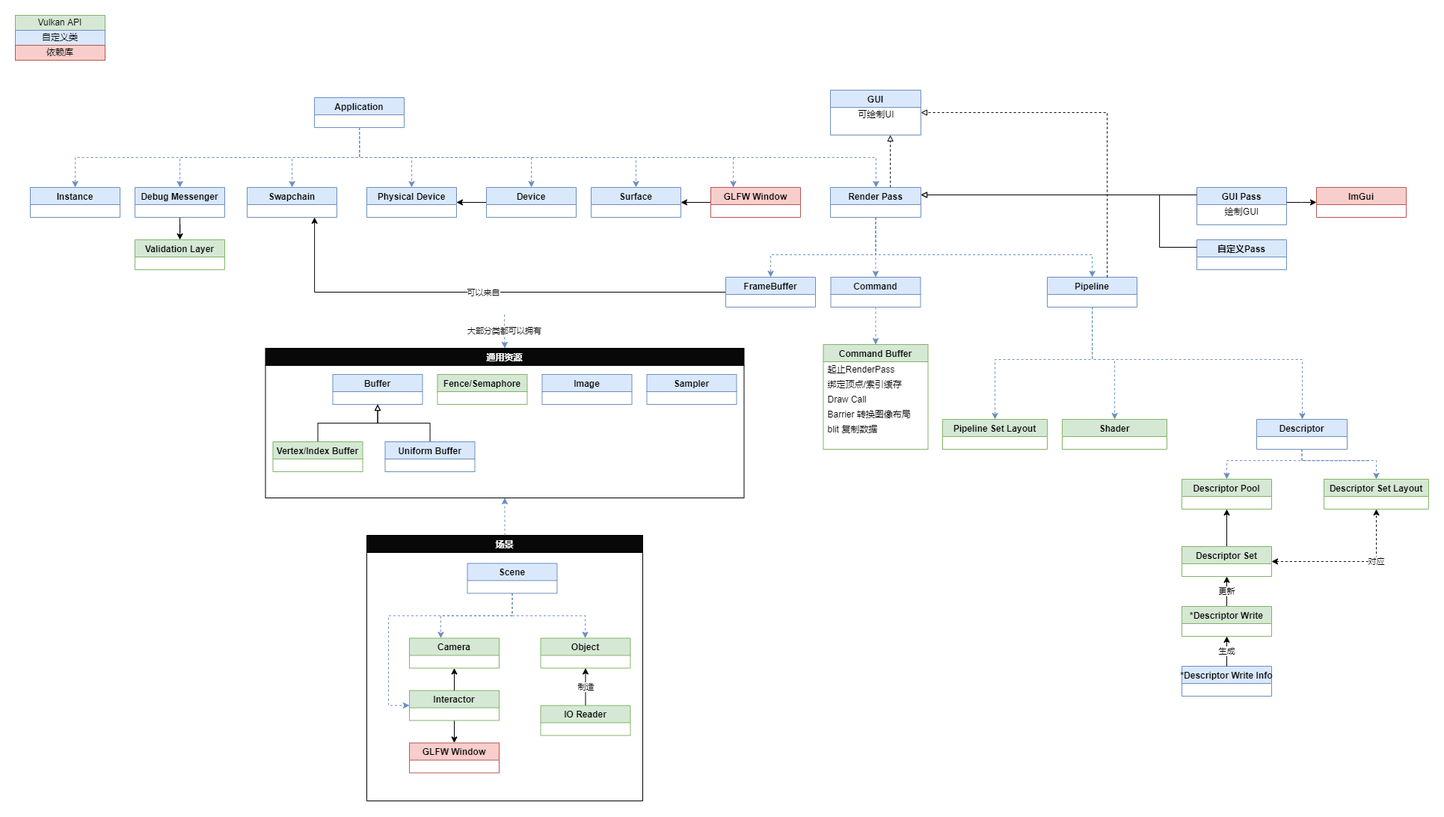
Earlier version of the draw.io export Doc/ClassIncludeGraph.png (AllocBlock/goldsrc-renderer). Source tidied: cells renumbered, new cells last; positions are measured from the earlier drawing's top-left corner, leaving out a move shared by most shapes.
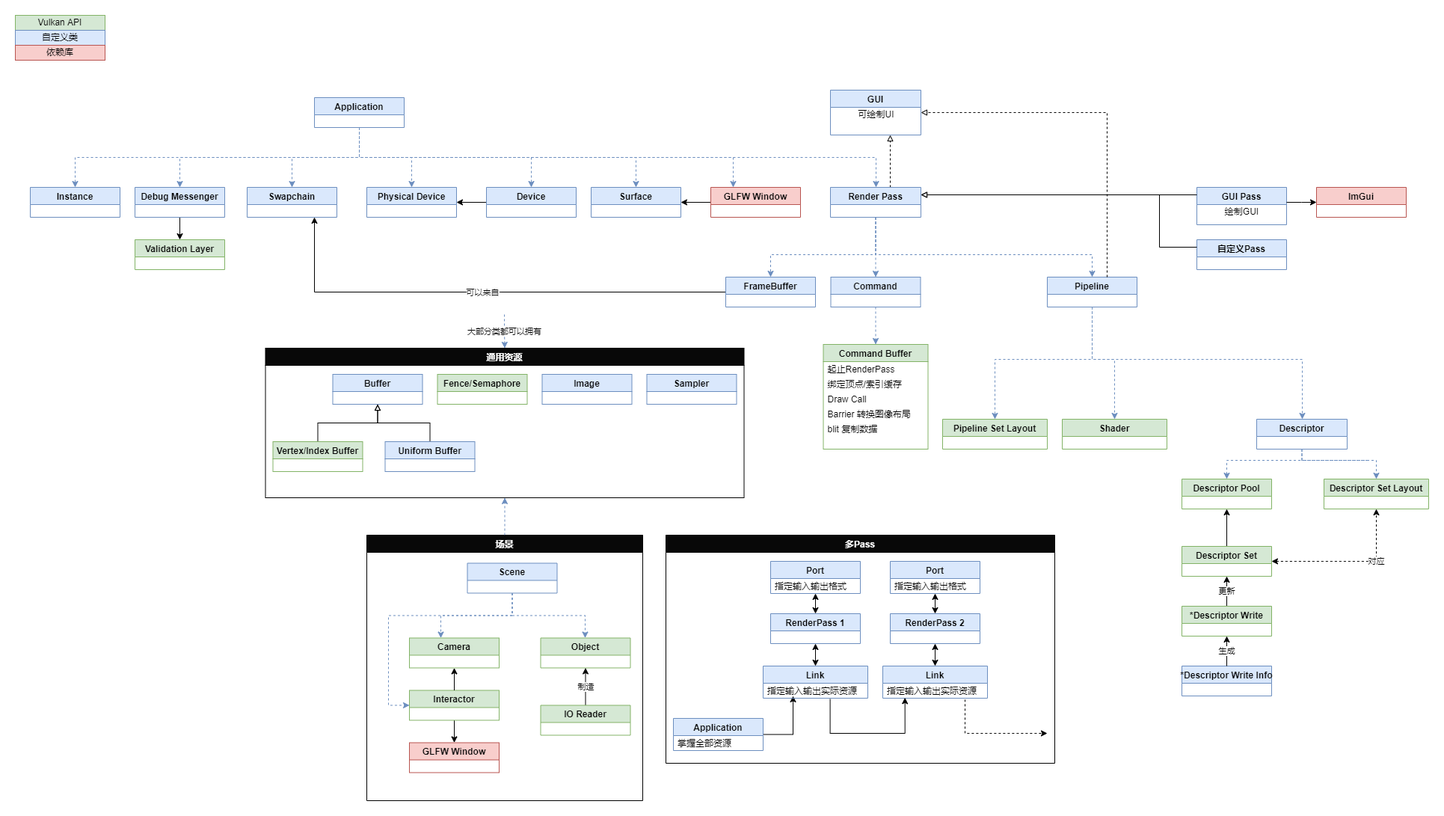
After the commit.

Commit message:
update class graph

The edit, as a diff of the source:
```diff
@@ -392,5 +392,81 @@
     <mxCell id="92" value="生成" style="edgeStyle=orthogonalEdgeStyle;rounded=0;jettySize=auto;html=1;startArrow=none;startFill=0;strokeWidth=1;horizontal=1;" parent="1" edge="1" source="91" target="40">
       <mxGeometry relative="1" as="geometry" />
     </mxCell>
+    <mxCell id="93" value="多Pass" style="swimlane;labelBackgroundColor=none;fontColor=#FCFCFC;fillColor=#080808;" parent="1" vertex="1">
+      <mxGeometry x="870" y="695" width="520" height="305" as="geometry" />
+    </mxCell>
+    <mxCell id="94" style="edgeStyle=orthogonalEdgeStyle;rounded=0;jettySize=auto;html=1;startArrow=classic;startFill=1;" parent="93" edge="1" source="95" target="102">
+      <mxGeometry relative="1" as="geometry" />
+    </mxCell>
+    <mxCell id="95" value="RenderPass 1" style="swimlane;fillColor=#dae8fc;strokeColor=#6c8ebf;horizontal=1;startSize=23;" parent="93" vertex="1">
+      <mxGeometry x="140" y="105" width="120" height="40" as="geometry" />
+    </mxCell>
+    <mxCell id="96" style="edgeStyle=orthogonalEdgeStyle;rounded=0;jettySize=auto;html=1;entryX=0.286;entryY=0.85;entryDx=0;entryDy=0;entryPerimeter=0;" parent="93" edge="1" source="97" target="101">
+      <mxGeometry relative="1" as="geometry">
+        <Array as="points">
+          <mxPoint x="170" y="267" />
+        </Array>
+      </mxGeometry>
+    </mxCell>
+    <mxCell id="97" value="Application" style="swimlane;fillColor=#dae8fc;strokeColor=#6c8ebf;horizontal=1;startSize=23;" parent="93" vertex="1">
+      <mxGeometry x="10" y="245" width="120" height="43" as="geometry" />
+    </mxCell>
+    <mxCell id="98" value="掌握全部资源" style="text;strokeColor=none;fillColor=none;align=left;verticalAlign=middle;spacingLeft=4;spacingRight=4;overflow=hidden;" parent="97" vertex="1">
+      <mxGeometry y="23" width="120" height="20" as="geometry" />
+    </mxCell>
+    <mxCell id="99" style="edgeStyle=orthogonalEdgeStyle;rounded=0;jettySize=auto;html=1;startArrow=classic;startFill=1;" parent="93" edge="1" source="100" target="95">
+      <mxGeometry relative="1" as="geometry" />
+    </mxCell>
+    <mxCell id="100" value="Link" style="swimlane;fillColor=#dae8fc;strokeColor=#6c8ebf;horizontal=1;startSize=23;" parent="93" vertex="1">
+      <mxGeometry x="130" y="175" width="140" height="43" as="geometry" />
+    </mxCell>
+    <mxCell id="101" value="指定输入输出实际资源" style="text;strokeColor=none;fillColor=none;align=left;verticalAlign=middle;spacingLeft=4;spacingRight=4;overflow=hidden;points=[[0,0.5],[1,0.5]];portConstraint=eastwest;" parent="100" vertex="1">
+      <mxGeometry y="23" width="140" height="20" as="geometry" />
+    </mxCell>
+    <mxCell id="102" value="Port" style="swimlane;fillColor=#dae8fc;strokeColor=#6c8ebf;horizontal=1;startSize=23;" parent="93" vertex="1">
+      <mxGeometry x="140" y="35" width="120" height="43" as="geometry" />
+    </mxCell>
+    <mxCell id="103" value="指定输入输出格式" style="text;strokeColor=none;fillColor=none;align=left;verticalAlign=middle;spacingLeft=4;spacingRight=4;overflow=hidden;" parent="102" vertex="1">
+      <mxGeometry y="23" width="120" height="20" as="geometry" />
+    </mxCell>
+    <mxCell id="104" style="edgeStyle=orthogonalEdgeStyle;rounded=0;jettySize=auto;html=1;startArrow=classic;startFill=1;" parent="93" edge="1" source="105" target="109">
+      <mxGeometry relative="1" as="geometry" />
+    </mxCell>
+    <mxCell id="105" value="RenderPass 2" style="swimlane;fillColor=#dae8fc;strokeColor=#6c8ebf;horizontal=1;startSize=23;" parent="93" vertex="1">
+      <mxGeometry x="300" y="105" width="120" height="40" as="geometry" />
+    </mxCell>
+    <mxCell id="106" style="edgeStyle=orthogonalEdgeStyle;rounded=0;jettySize=auto;html=1;startArrow=classic;startFill=1;" parent="93" edge="1" source="107" target="105">
+      <mxGeometry relative="1" as="geometry" />
+    </mxCell>
+    <mxCell id="107" value="Link" style="swimlane;fillColor=#dae8fc;strokeColor=#6c8ebf;horizontal=1;startSize=23;" parent="93" vertex="1">
+      <mxGeometry x="290" y="175" width="140" height="43" as="geometry" />
+    </mxCell>
+    <mxCell id="108" value="指定输入输出实际资源" style="text;strokeColor=none;fillColor=none;align=left;verticalAlign=middle;spacingLeft=4;spacingRight=4;overflow=hidden;points=[[0,0.5],[1,0.5]];portConstraint=eastwest;" parent="107" vertex="1">
+      <mxGeometry y="23" width="140" height="20" as="geometry" />
+    </mxCell>
+    <mxCell id="109" value="Port" style="swimlane;fillColor=#dae8fc;strokeColor=#6c8ebf;horizontal=1;startSize=23;" parent="93" vertex="1">
+      <mxGeometry x="300" y="35" width="120" height="43" as="geometry" />
+    </mxCell>
+    <mxCell id="110" value="指定输入输出格式" style="text;strokeColor=none;fillColor=none;align=left;verticalAlign=middle;spacingLeft=4;spacingRight=4;overflow=hidden;" parent="109" vertex="1">
+      <mxGeometry y="23" width="120" height="20" as="geometry" />
+    </mxCell>
+    <mxCell id="111" style="edgeStyle=orthogonalEdgeStyle;rounded=0;jettySize=auto;html=1;exitX=0.64;exitY=1.06;exitDx=0;exitDy=0;exitPerimeter=0;entryX=0.212;entryY=0.967;entryDx=0;entryDy=0;entryPerimeter=0;" parent="93" edge="1" source="101" target="108">
+      <mxGeometry relative="1" as="geometry">
+        <Array as="points">
+          <mxPoint x="220" y="265" />
+          <mxPoint x="320" y="265" />
+          <mxPoint x="320" y="217" />
+        </Array>
+      </mxGeometry>
+    </mxCell>
+    <mxCell id="112" style="edgeStyle=orthogonalEdgeStyle;rounded=0;orthogonalLoop=1;jettySize=auto;html=1;exitX=0.64;exitY=1.06;exitDx=0;exitDy=0;exitPerimeter=0;dashed=1;" parent="93" edge="1">
+      <mxGeometry relative="1" as="geometry">
+        <mxPoint x="400" y="219.9" as="sourcePoint" />
+        <mxPoint x="510" y="265" as="targetPoint" />
+        <Array as="points">
+          <mxPoint x="400" y="265" />
+        </Array>
+      </mxGeometry>
+    </mxCell>
   </root>
 </mxGraphModel>
```
